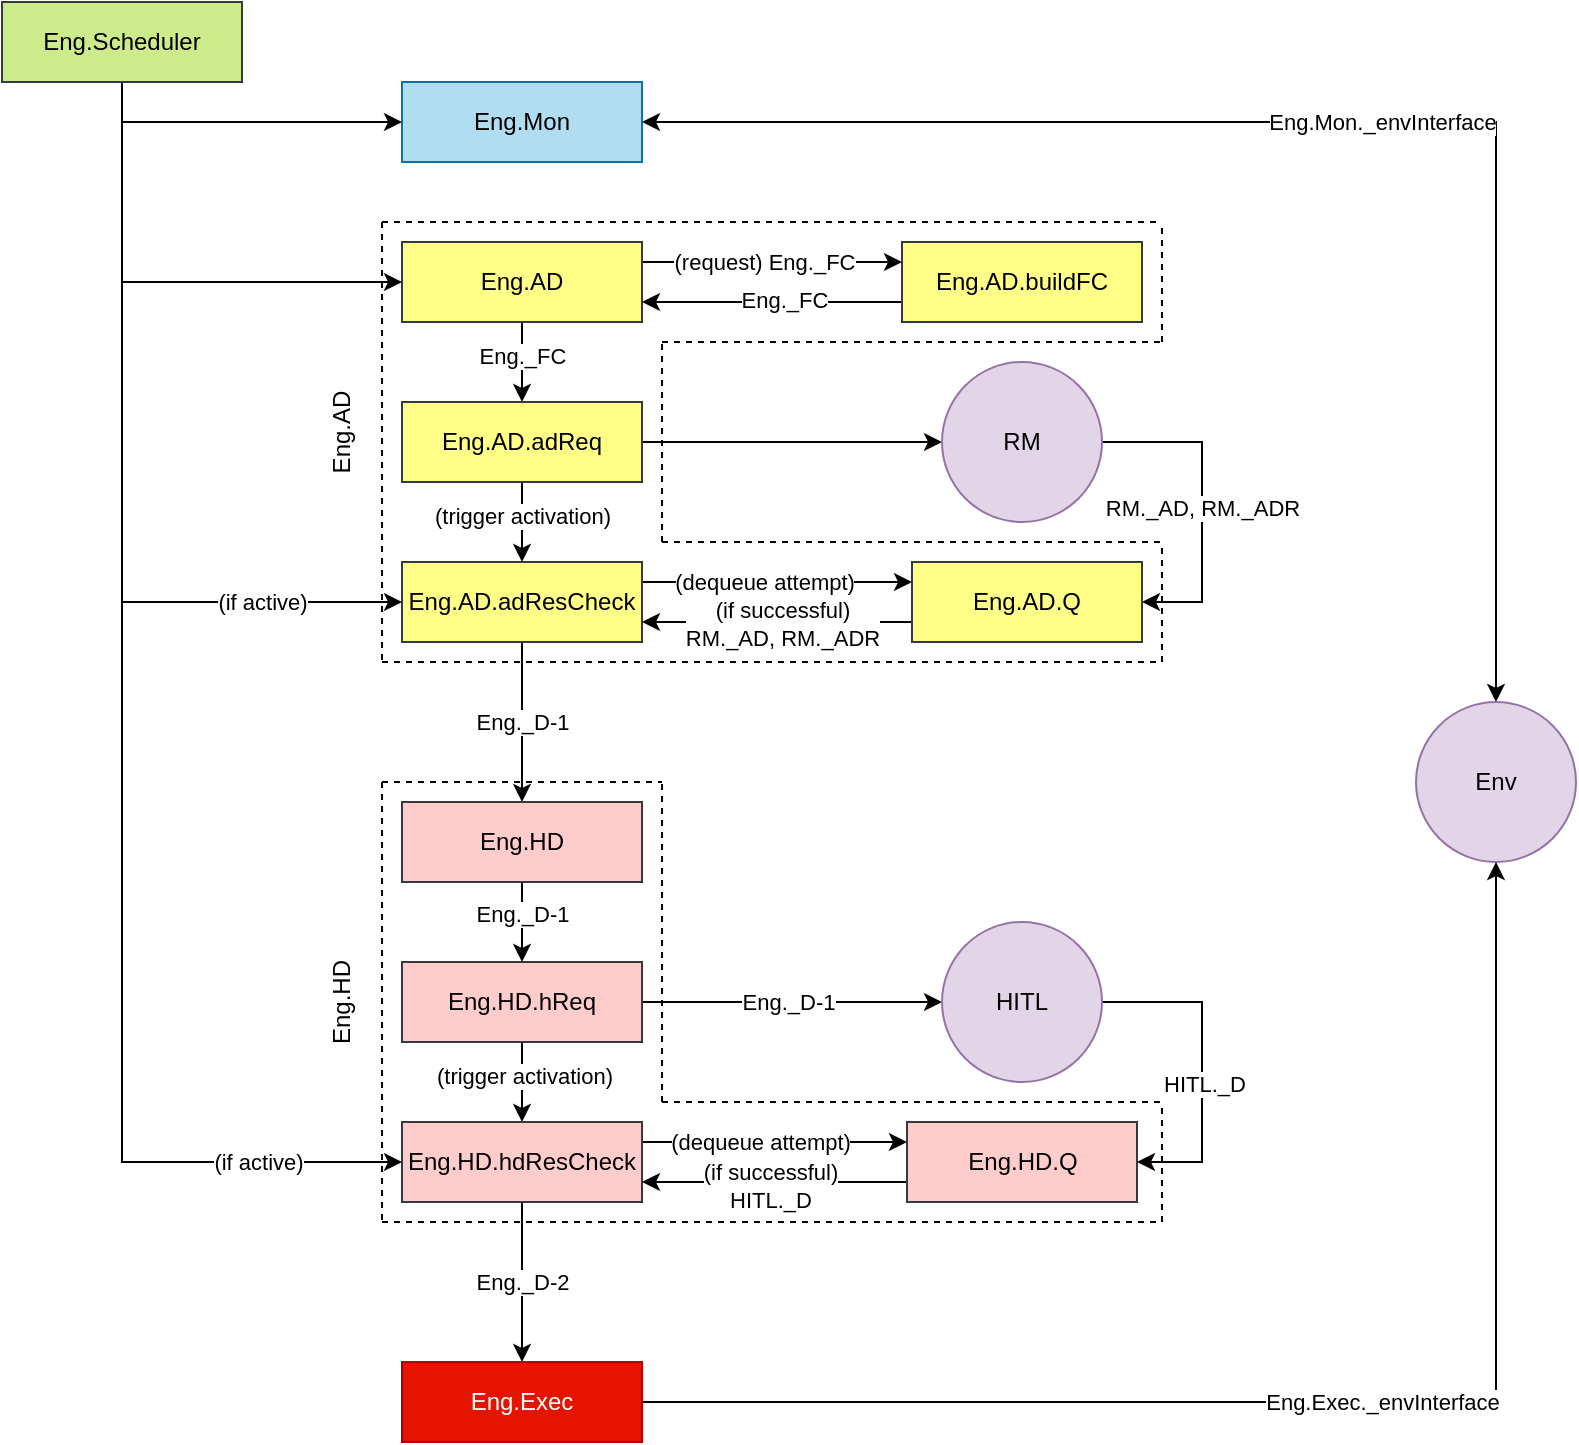
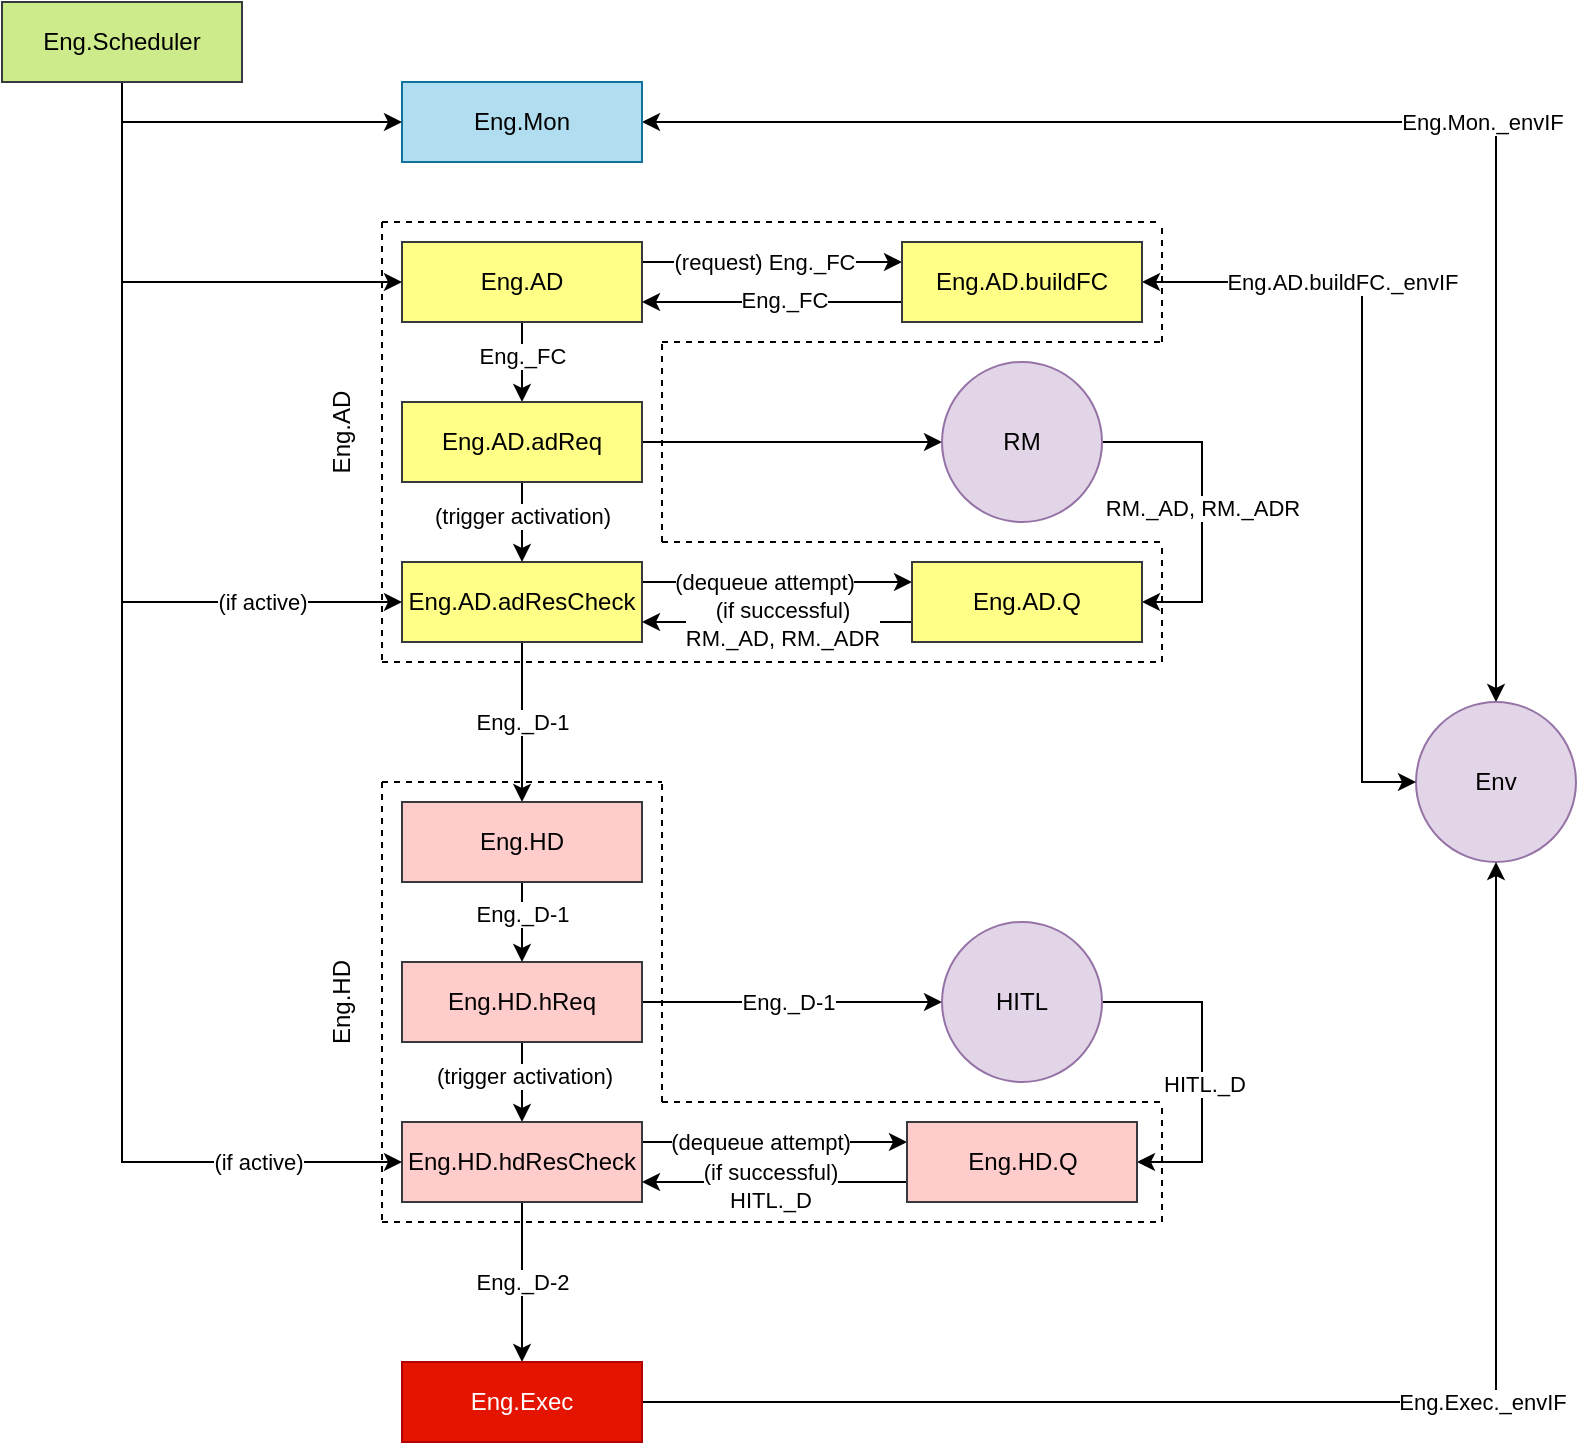
<mxfile host="app.diagrams.net">
  <diagram name="Page-1" id="OlbvHiH25T4Iblp31CC4">
-     <mxGraphModel dx="1029" dy="572" grid="0" gridSize="10" guides="1" tooltips="1" connect="1" arrows="1" fold="1" page="1" pageScale="1" pageWidth="827" pageHeight="1169" background="#ffffff" math="0" shadow="0">
+     <mxGraphModel dx="699" dy="388" grid="0" gridSize="10" guides="1" tooltips="1" connect="1" arrows="1" fold="1" page="1" pageScale="1" pageWidth="827" pageHeight="1169" background="#ffffff" math="0" shadow="0">
      <root>
        <mxCell id="0" />
        <mxCell id="1" parent="0" />
        <mxCell id="co-fIusRbvJiOKSlR68D-45" edge="1" parent="1" source="co-fIusRbvJiOKSlR68D-1" style="edgeStyle=orthogonalEdgeStyle;rounded=0;orthogonalLoop=1;jettySize=auto;html=1;exitX=1;exitY=0.25;exitDx=0;exitDy=0;entryX=0;entryY=0.25;entryDx=0;entryDy=0;" target="co-fIusRbvJiOKSlR68D-44">
          <mxGeometry relative="1" as="geometry" />
        </mxCell>
        <mxCell id="co-fIusRbvJiOKSlR68D-48" connectable="0" parent="co-fIusRbvJiOKSlR68D-45" style="edgeLabel;html=1;align=center;verticalAlign=middle;resizable=0;points=[];" value="(dequeue attempt)" vertex="1">
          <mxGeometry relative="1" x="-0.1062" as="geometry">
            <mxPoint as="offset" />
          </mxGeometry>
        </mxCell>
        <mxCell id="co-fIusRbvJiOKSlR68D-66" edge="1" parent="1" source="co-fIusRbvJiOKSlR68D-1" style="edgeStyle=orthogonalEdgeStyle;rounded=0;orthogonalLoop=1;jettySize=auto;html=1;exitX=0.5;exitY=1;exitDx=0;exitDy=0;entryX=0.5;entryY=0;entryDx=0;entryDy=0;" target="co-fIusRbvJiOKSlR68D-65">
          <mxGeometry relative="1" as="geometry" />
        </mxCell>
        <mxCell id="co-fIusRbvJiOKSlR68D-1" parent="1" style="rounded=0;whiteSpace=wrap;html=1;fillColor=#ffff88;strokeColor=#36393d;" value="Eng.AD.adResCheck" vertex="1">
          <mxGeometry height="40" width="120" x="320" y="400" as="geometry" />
        </mxCell>
        <mxCell id="co-fIusRbvJiOKSlR68D-20" edge="1" parent="1" source="co-fIusRbvJiOKSlR68D-2" style="edgeStyle=orthogonalEdgeStyle;rounded=0;orthogonalLoop=1;jettySize=auto;html=1;exitX=1;exitY=0.5;exitDx=0;exitDy=0;strokeColor=default;startArrow=classic;startFill=1;" target="co-fIusRbvJiOKSlR68D-19">
          <mxGeometry relative="1" as="geometry" />
        </mxCell>
-         <mxCell id="co-fIusRbvJiOKSlR68D-22" connectable="0" parent="co-fIusRbvJiOKSlR68D-20" style="edgeLabel;html=1;align=center;verticalAlign=middle;resizable=0;points=[];" value="Eng.Mon._envInterface" vertex="1">
+         <mxCell id="co-fIusRbvJiOKSlR68D-22" connectable="0" parent="co-fIusRbvJiOKSlR68D-20" style="edgeLabel;html=1;align=center;verticalAlign=middle;resizable=0;points=[];" value="Eng.Mon._envIF" vertex="1">
          <mxGeometry relative="1" x="-0.04" y="2" as="geometry">
-             <mxPoint x="26" y="2" as="offset" />
+             <mxPoint x="76" y="2" as="offset" />
          </mxGeometry>
        </mxCell>
        <mxCell id="co-fIusRbvJiOKSlR68D-2" parent="1" style="rounded=0;whiteSpace=wrap;html=1;fillColor=#b1ddf0;strokeColor=#10739e;" value="Eng.Mon" vertex="1">
          <mxGeometry height="40" width="120" x="320" y="160" as="geometry" />
        </mxCell>
        <mxCell id="co-fIusRbvJiOKSlR68D-30" edge="1" parent="1" source="co-fIusRbvJiOKSlR68D-3" style="edgeStyle=orthogonalEdgeStyle;rounded=0;orthogonalLoop=1;jettySize=auto;html=1;exitX=1;exitY=0.25;exitDx=0;exitDy=0;entryX=0;entryY=0.25;entryDx=0;entryDy=0;" target="co-fIusRbvJiOKSlR68D-23">
          <mxGeometry relative="1" as="geometry" />
        </mxCell>
        <mxCell id="co-fIusRbvJiOKSlR68D-32" connectable="0" parent="co-fIusRbvJiOKSlR68D-30" style="edgeLabel;html=1;align=center;verticalAlign=middle;resizable=0;points=[];" value="(request) Eng._FC" vertex="1">
          <mxGeometry relative="1" x="-0.1785" as="geometry">
            <mxPoint x="7" as="offset" />
          </mxGeometry>
        </mxCell>
        <mxCell id="co-fIusRbvJiOKSlR68D-34" edge="1" parent="1" source="co-fIusRbvJiOKSlR68D-3" style="edgeStyle=orthogonalEdgeStyle;rounded=0;orthogonalLoop=1;jettySize=auto;html=1;exitX=0.5;exitY=1;exitDx=0;exitDy=0;" target="co-fIusRbvJiOKSlR68D-5">
          <mxGeometry relative="1" as="geometry" />
        </mxCell>
        <mxCell id="co-fIusRbvJiOKSlR68D-35" connectable="0" parent="co-fIusRbvJiOKSlR68D-34" style="edgeLabel;html=1;align=center;verticalAlign=middle;resizable=0;points=[];" value="Eng._FC" vertex="1">
          <mxGeometry relative="1" x="-0.38" y="-1" as="geometry">
            <mxPoint x="1" y="4" as="offset" />
          </mxGeometry>
        </mxCell>
        <mxCell id="co-fIusRbvJiOKSlR68D-3" parent="1" style="rounded=0;whiteSpace=wrap;html=1;fillColor=#ffff88;strokeColor=#36393d;" value="Eng.AD" vertex="1">
          <mxGeometry height="40" width="120" x="320" y="240" as="geometry" />
        </mxCell>
        <mxCell id="co-fIusRbvJiOKSlR68D-75" edge="1" parent="1" source="co-fIusRbvJiOKSlR68D-4" style="edgeStyle=orthogonalEdgeStyle;rounded=0;orthogonalLoop=1;jettySize=auto;html=1;exitX=1;exitY=0.5;exitDx=0;exitDy=0;entryX=0;entryY=0.5;entryDx=0;entryDy=0;" target="co-fIusRbvJiOKSlR68D-68">
          <mxGeometry relative="1" as="geometry" />
        </mxCell>
        <mxCell id="co-fIusRbvJiOKSlR68D-90" edge="1" parent="1" source="co-fIusRbvJiOKSlR68D-4" style="edgeStyle=orthogonalEdgeStyle;rounded=0;orthogonalLoop=1;jettySize=auto;html=1;exitX=0.5;exitY=1;exitDx=0;exitDy=0;entryX=0.5;entryY=0;entryDx=0;entryDy=0;" target="co-fIusRbvJiOKSlR68D-6">
          <mxGeometry relative="1" as="geometry" />
        </mxCell>
        <mxCell id="co-fIusRbvJiOKSlR68D-4" parent="1" style="rounded=0;whiteSpace=wrap;html=1;fillColor=#ffcccc;strokeColor=#36393d;" value="Eng.HD.hReq&lt;span style=&quot;color: rgba(0, 0, 0, 0); font-family: monospace; font-size: 0px; text-align: start; white-space: nowrap;&quot;&gt;%3CmxGraphModel%3E%3Croot%3E%3CmxCell%20id%3D%220%22%2F%3E%3CmxCell%20id%3D%221%22%20parent%3D%220%22%2F%3E%3CmxCell%20id%3D%222%22%20parent%3D%221%22%20style%3D%22rounded%3D0%3BwhiteSpace%3Dwrap%3Bhtml%3D1%3B%22%20value%3D%22Eng.dResCheck%22%20vertex%3D%221%22%3E%3CmxGeometry%20height%3D%2240%22%20width%3D%22120%22%20x%3D%22160%22%20y%3D%2280%22%20as%3D%22geometry%22%2F%3E%3C%2FmxCell%3E%3C%2Froot%3E%3C%2FmxGraphModel%3E&lt;/span&gt;" vertex="1">
          <mxGeometry height="40" width="120" x="320" y="600" as="geometry" />
        </mxCell>
        <mxCell id="co-fIusRbvJiOKSlR68D-36" edge="1" parent="1" source="co-fIusRbvJiOKSlR68D-5" style="edgeStyle=orthogonalEdgeStyle;rounded=0;orthogonalLoop=1;jettySize=auto;html=1;exitX=1;exitY=0.5;exitDx=0;exitDy=0;entryX=0;entryY=0.5;entryDx=0;entryDy=0;" target="co-fIusRbvJiOKSlR68D-37">
          <mxGeometry relative="1" as="geometry">
            <mxPoint x="560" y="340" as="targetPoint" />
          </mxGeometry>
        </mxCell>
        <mxCell id="co-fIusRbvJiOKSlR68D-39" edge="1" parent="1" source="co-fIusRbvJiOKSlR68D-5" style="edgeStyle=orthogonalEdgeStyle;rounded=0;orthogonalLoop=1;jettySize=auto;html=1;exitX=0.5;exitY=1;exitDx=0;exitDy=0;entryX=0.5;entryY=0;entryDx=0;entryDy=0;" target="co-fIusRbvJiOKSlR68D-1">
          <mxGeometry relative="1" as="geometry" />
        </mxCell>
        <mxCell id="co-fIusRbvJiOKSlR68D-40" connectable="0" parent="co-fIusRbvJiOKSlR68D-39" style="edgeLabel;html=1;align=center;verticalAlign=middle;resizable=0;points=[];" value="(trigger activation)" vertex="1">
          <mxGeometry relative="1" x="-0.18" as="geometry">
            <mxPoint as="offset" />
          </mxGeometry>
        </mxCell>
        <mxCell id="co-fIusRbvJiOKSlR68D-5" parent="1" style="rounded=0;whiteSpace=wrap;html=1;fillColor=#ffff88;strokeColor=#36393d;" value="Eng.AD.adReq" vertex="1">
          <mxGeometry height="40" width="120" x="320" y="320" as="geometry" />
        </mxCell>
        <mxCell id="co-fIusRbvJiOKSlR68D-79" edge="1" parent="1" source="co-fIusRbvJiOKSlR68D-6" style="edgeStyle=orthogonalEdgeStyle;rounded=0;orthogonalLoop=1;jettySize=auto;html=1;exitX=1;exitY=0.25;exitDx=0;exitDy=0;entryX=0;entryY=0.25;entryDx=0;entryDy=0;" target="co-fIusRbvJiOKSlR68D-77">
          <mxGeometry relative="1" as="geometry" />
        </mxCell>
        <mxCell id="co-fIusRbvJiOKSlR68D-97" edge="1" parent="1" source="co-fIusRbvJiOKSlR68D-6" style="edgeStyle=orthogonalEdgeStyle;rounded=0;orthogonalLoop=1;jettySize=auto;html=1;exitX=0.5;exitY=1;exitDx=0;exitDy=0;entryX=0.5;entryY=0;entryDx=0;entryDy=0;" target="co-fIusRbvJiOKSlR68D-93">
          <mxGeometry relative="1" as="geometry">
            <Array as="points">
              <mxPoint x="380" y="760" />
              <mxPoint x="380" y="760" />
            </Array>
          </mxGeometry>
        </mxCell>
        <mxCell id="co-fIusRbvJiOKSlR68D-6" parent="1" style="rounded=0;whiteSpace=wrap;html=1;fillColor=#ffcccc;strokeColor=#36393d;" value="Eng.HD.hdResCheck" vertex="1">
          <mxGeometry height="40" width="120" x="320" y="680" as="geometry" />
        </mxCell>
        <mxCell id="co-fIusRbvJiOKSlR68D-19" parent="1" style="ellipse;whiteSpace=wrap;html=1;aspect=fixed;fillColor=#e1d5e7;strokeColor=#9673a6;" value="Env" vertex="1">
          <mxGeometry height="80" width="80" x="827" y="470" as="geometry" />
        </mxCell>
        <mxCell id="co-fIusRbvJiOKSlR68D-31" edge="1" parent="1" source="co-fIusRbvJiOKSlR68D-23" style="edgeStyle=orthogonalEdgeStyle;rounded=0;orthogonalLoop=1;jettySize=auto;html=1;exitX=0;exitY=0.75;exitDx=0;exitDy=0;entryX=1;entryY=0.75;entryDx=0;entryDy=0;" target="co-fIusRbvJiOKSlR68D-3">
          <mxGeometry relative="1" as="geometry" />
        </mxCell>
        <mxCell id="co-fIusRbvJiOKSlR68D-33" connectable="0" parent="co-fIusRbvJiOKSlR68D-31" style="edgeLabel;html=1;align=center;verticalAlign=middle;resizable=0;points=[];" value="Eng._FC" vertex="1">
          <mxGeometry relative="1" x="0.0708" y="-1" as="geometry">
            <mxPoint x="10" as="offset" />
          </mxGeometry>
        </mxCell>
+         <mxCell id="co-fIusRbvJiOKSlR68D-106" edge="1" parent="1" source="co-fIusRbvJiOKSlR68D-23" style="edgeStyle=orthogonalEdgeStyle;rounded=0;orthogonalLoop=1;jettySize=auto;html=1;exitX=1;exitY=0.5;exitDx=0;exitDy=0;entryX=0;entryY=0.5;entryDx=0;entryDy=0;startArrow=classic;startFill=1;" target="co-fIusRbvJiOKSlR68D-19">
+           <mxGeometry relative="1" as="geometry">
+             <Array as="points">
+               <mxPoint x="800" y="260" />
+               <mxPoint x="800" y="510" />
+             </Array>
+           </mxGeometry>
+         </mxCell>
        <mxCell id="co-fIusRbvJiOKSlR68D-23" parent="1" style="rounded=0;whiteSpace=wrap;html=1;fillColor=#ffff88;strokeColor=#36393d;" value="Eng.AD.buildFC" vertex="1">
          <mxGeometry height="40" width="120" x="570" y="240" as="geometry" />
        </mxCell>
        <mxCell id="co-fIusRbvJiOKSlR68D-25" edge="1" parent="1" source="co-fIusRbvJiOKSlR68D-24" style="edgeStyle=orthogonalEdgeStyle;rounded=0;orthogonalLoop=1;jettySize=auto;html=1;exitX=0.5;exitY=1;exitDx=0;exitDy=0;entryX=0;entryY=0.5;entryDx=0;entryDy=0;" target="co-fIusRbvJiOKSlR68D-2">
          <mxGeometry relative="1" as="geometry" />
        </mxCell>
        <mxCell id="co-fIusRbvJiOKSlR68D-26" edge="1" parent="1" source="co-fIusRbvJiOKSlR68D-24" style="edgeStyle=orthogonalEdgeStyle;rounded=0;orthogonalLoop=1;jettySize=auto;html=1;exitX=0.5;exitY=1;exitDx=0;exitDy=0;entryX=0;entryY=0.5;entryDx=0;entryDy=0;" target="co-fIusRbvJiOKSlR68D-3">
          <mxGeometry relative="1" as="geometry" />
        </mxCell>
        <mxCell id="co-fIusRbvJiOKSlR68D-38" edge="1" parent="1" source="co-fIusRbvJiOKSlR68D-24" style="edgeStyle=orthogonalEdgeStyle;rounded=0;orthogonalLoop=1;jettySize=auto;html=1;exitX=0.5;exitY=1;exitDx=0;exitDy=0;entryX=0;entryY=0.5;entryDx=0;entryDy=0;" target="co-fIusRbvJiOKSlR68D-1">
          <mxGeometry relative="1" as="geometry" />
        </mxCell>
        <mxCell id="co-fIusRbvJiOKSlR68D-42" connectable="0" parent="co-fIusRbvJiOKSlR68D-38" style="edgeLabel;html=1;align=center;verticalAlign=middle;resizable=0;points=[];" value="(if active)" vertex="1">
          <mxGeometry relative="1" x="0.6308" y="-2" as="geometry">
            <mxPoint x="4" y="-2" as="offset" />
          </mxGeometry>
        </mxCell>
        <mxCell id="co-fIusRbvJiOKSlR68D-81" edge="1" parent="1" source="co-fIusRbvJiOKSlR68D-24" style="edgeStyle=orthogonalEdgeStyle;rounded=0;orthogonalLoop=1;jettySize=auto;html=1;exitX=0.5;exitY=1;exitDx=0;exitDy=0;entryX=0;entryY=0.5;entryDx=0;entryDy=0;" target="co-fIusRbvJiOKSlR68D-6">
          <mxGeometry relative="1" as="geometry" />
        </mxCell>
        <mxCell id="co-fIusRbvJiOKSlR68D-24" parent="1" style="rounded=0;whiteSpace=wrap;html=1;fillColor=#cdeb8b;strokeColor=#36393d;" value="Eng.Scheduler" vertex="1">
          <mxGeometry height="40" width="120" x="120" y="120" as="geometry" />
        </mxCell>
        <mxCell id="co-fIusRbvJiOKSlR68D-63" edge="1" parent="1" source="co-fIusRbvJiOKSlR68D-37" style="edgeStyle=orthogonalEdgeStyle;rounded=0;orthogonalLoop=1;jettySize=auto;html=1;exitX=1;exitY=0.5;exitDx=0;exitDy=0;entryX=1;entryY=0.5;entryDx=0;entryDy=0;" target="co-fIusRbvJiOKSlR68D-44">
          <mxGeometry relative="1" as="geometry">
            <Array as="points">
              <mxPoint x="720" y="340" />
              <mxPoint x="720" y="420" />
            </Array>
          </mxGeometry>
        </mxCell>
        <mxCell id="co-fIusRbvJiOKSlR68D-64" connectable="0" parent="co-fIusRbvJiOKSlR68D-63" style="edgeLabel;html=1;align=center;verticalAlign=middle;resizable=0;points=[];" value="RM._AD, RM._ADR" vertex="1">
          <mxGeometry relative="1" x="0.0314" y="-2" as="geometry">
            <mxPoint x="2" as="offset" />
          </mxGeometry>
        </mxCell>
        <mxCell id="co-fIusRbvJiOKSlR68D-37" parent="1" style="ellipse;whiteSpace=wrap;html=1;aspect=fixed;fillColor=#e1d5e7;strokeColor=#9673a6;" value="RM" vertex="1">
          <mxGeometry height="80" width="80" x="590" y="300" as="geometry" />
        </mxCell>
        <mxCell id="co-fIusRbvJiOKSlR68D-47" edge="1" parent="1" source="co-fIusRbvJiOKSlR68D-44" style="edgeStyle=orthogonalEdgeStyle;rounded=0;orthogonalLoop=1;jettySize=auto;html=1;exitX=0;exitY=0.75;exitDx=0;exitDy=0;entryX=1;entryY=0.75;entryDx=0;entryDy=0;" target="co-fIusRbvJiOKSlR68D-1">
          <mxGeometry relative="1" as="geometry" />
        </mxCell>
        <mxCell id="co-fIusRbvJiOKSlR68D-49" connectable="0" parent="co-fIusRbvJiOKSlR68D-47" style="edgeLabel;html=1;align=center;verticalAlign=middle;resizable=0;points=[];" value="(if successful)&lt;div&gt;RM._AD, RM._ADR&lt;/div&gt;" vertex="1">
          <mxGeometry relative="1" x="0.0084" as="geometry">
            <mxPoint x="3" y="1" as="offset" />
          </mxGeometry>
        </mxCell>
        <mxCell id="co-fIusRbvJiOKSlR68D-44" parent="1" style="rounded=0;whiteSpace=wrap;html=1;fillColor=#ffff88;strokeColor=#36393d;" value="Eng.AD.Q" vertex="1">
          <mxGeometry height="40" width="115" x="575" y="400" as="geometry" />
        </mxCell>
        <mxCell id="co-fIusRbvJiOKSlR68D-51" edge="1" parent="1" style="endArrow=none;dashed=1;html=1;rounded=0;" value="">
          <mxGeometry height="50" relative="1" width="50" as="geometry">
            <mxPoint x="310" y="230" as="sourcePoint" />
            <mxPoint x="700" y="230" as="targetPoint" />
          </mxGeometry>
        </mxCell>
        <mxCell id="co-fIusRbvJiOKSlR68D-52" edge="1" parent="1" style="endArrow=none;dashed=1;html=1;rounded=0;" value="">
          <mxGeometry height="50" relative="1" width="50" as="geometry">
            <mxPoint x="310" y="230" as="sourcePoint" />
            <mxPoint x="310" y="450" as="targetPoint" />
          </mxGeometry>
        </mxCell>
        <mxCell id="co-fIusRbvJiOKSlR68D-53" edge="1" parent="1" style="endArrow=none;dashed=1;html=1;rounded=0;" value="">
          <mxGeometry height="50" relative="1" width="50" as="geometry">
            <mxPoint x="310" y="450" as="sourcePoint" />
            <mxPoint x="700" y="450" as="targetPoint" />
          </mxGeometry>
        </mxCell>
        <mxCell id="co-fIusRbvJiOKSlR68D-54" edge="1" parent="1" style="endArrow=none;dashed=1;html=1;rounded=0;" value="">
          <mxGeometry height="50" relative="1" width="50" as="geometry">
            <mxPoint x="700" y="450" as="sourcePoint" />
            <mxPoint x="700" y="390" as="targetPoint" />
          </mxGeometry>
        </mxCell>
        <mxCell id="co-fIusRbvJiOKSlR68D-55" edge="1" parent="1" style="endArrow=none;dashed=1;html=1;rounded=0;" value="">
          <mxGeometry height="50" relative="1" width="50" as="geometry">
            <mxPoint x="450" y="390" as="sourcePoint" />
            <mxPoint x="700" y="390" as="targetPoint" />
          </mxGeometry>
        </mxCell>
        <mxCell id="co-fIusRbvJiOKSlR68D-57" edge="1" parent="1" style="endArrow=none;dashed=1;html=1;rounded=0;" value="">
          <mxGeometry height="50" relative="1" width="50" as="geometry">
            <mxPoint x="450" y="290" as="sourcePoint" />
            <mxPoint x="700" y="290" as="targetPoint" />
          </mxGeometry>
        </mxCell>
        <mxCell id="co-fIusRbvJiOKSlR68D-58" parent="1" style="text;html=1;whiteSpace=wrap;strokeColor=none;fillColor=none;align=center;verticalAlign=middle;rounded=0;rotation=-90;" value="Eng.AD" vertex="1">
          <mxGeometry height="30" width="60" x="260" y="320" as="geometry" />
        </mxCell>
        <mxCell id="co-fIusRbvJiOKSlR68D-59" edge="1" parent="1" style="endArrow=none;dashed=1;html=1;rounded=0;" value="">
          <mxGeometry height="50" relative="1" width="50" as="geometry">
            <mxPoint x="700" y="290" as="sourcePoint" />
            <mxPoint x="700" y="230" as="targetPoint" />
          </mxGeometry>
        </mxCell>
        <mxCell id="co-fIusRbvJiOKSlR68D-60" edge="1" parent="1" style="endArrow=none;dashed=1;html=1;rounded=0;" value="">
          <mxGeometry height="50" relative="1" width="50" as="geometry">
            <mxPoint x="450" y="390" as="sourcePoint" />
            <mxPoint x="450" y="290" as="targetPoint" />
          </mxGeometry>
        </mxCell>
        <mxCell id="co-fIusRbvJiOKSlR68D-71" edge="1" parent="1" source="co-fIusRbvJiOKSlR68D-65" style="edgeStyle=orthogonalEdgeStyle;rounded=0;orthogonalLoop=1;jettySize=auto;html=1;exitX=0.5;exitY=1;exitDx=0;exitDy=0;entryX=0.5;entryY=0;entryDx=0;entryDy=0;" target="co-fIusRbvJiOKSlR68D-4">
          <mxGeometry relative="1" as="geometry" />
        </mxCell>
        <mxCell id="co-fIusRbvJiOKSlR68D-100" connectable="0" parent="co-fIusRbvJiOKSlR68D-71" style="edgeLabel;html=1;align=center;verticalAlign=middle;resizable=0;points=[];" value="&lt;span style=&quot;color: rgba(0, 0, 0, 0); font-family: monospace; font-size: 0px; text-align: start; background-color: rgb(236, 236, 236);&quot;&gt;%3CmxGraphModel%3E%3Croot%3E%3CmxCell%20id%3D%220%22%2F%3E%3CmxCell%20id%3D%221%22%20parent%3D%220%22%2F%3E%3CmxCell%20id%3D%222%22%20connectable%3D%220%22%20parent%3D%221%22%20style%3D%22edgeLabel%3Bhtml%3D1%3Balign%3Dcenter%3BverticalAlign%3Dmiddle%3Bresizable%3D0%3Bpoints%3D%5B%5D%3B%22%20value%3D%22Eng._D-1%22%20vertex%3D%221%22%3E%3CmxGeometry%20x%3D%22513%22%20y%3D%22620%22%20as%3D%22geometry%22%2F%3E%3C%2FmxCell%3E%3C%2Froot%3E%3C%2FmxGraphModel%3E&lt;/span&gt;" vertex="1">
          <mxGeometry relative="1" x="-0.1789" as="geometry">
            <mxPoint as="offset" />
          </mxGeometry>
        </mxCell>
        <mxCell id="co-fIusRbvJiOKSlR68D-65" parent="1" style="rounded=0;whiteSpace=wrap;html=1;fillColor=#ffcccc;strokeColor=#36393d;" value="Eng.HD" vertex="1">
          <mxGeometry height="40" width="120" x="320" y="520" as="geometry" />
        </mxCell>
        <mxCell id="co-fIusRbvJiOKSlR68D-67" connectable="0" parent="1" style="edgeLabel;html=1;align=center;verticalAlign=middle;resizable=0;points=[];" value="Eng._D-1" vertex="1">
          <mxGeometry x="380" y="480" as="geometry" />
        </mxCell>
        <mxCell id="co-fIusRbvJiOKSlR68D-78" edge="1" parent="1" source="co-fIusRbvJiOKSlR68D-68" style="edgeStyle=orthogonalEdgeStyle;rounded=0;orthogonalLoop=1;jettySize=auto;html=1;exitX=1;exitY=0.5;exitDx=0;exitDy=0;entryX=1;entryY=0.5;entryDx=0;entryDy=0;" target="co-fIusRbvJiOKSlR68D-77">
          <mxGeometry relative="1" as="geometry">
            <Array as="points">
              <mxPoint x="720" y="620" />
              <mxPoint x="720" y="700" />
            </Array>
          </mxGeometry>
        </mxCell>
        <mxCell id="co-fIusRbvJiOKSlR68D-96" connectable="0" parent="co-fIusRbvJiOKSlR68D-78" style="edgeLabel;html=1;align=center;verticalAlign=middle;resizable=0;points=[];" value="HITL._D" vertex="1">
          <mxGeometry relative="1" x="0.1218" y="1" as="geometry">
            <mxPoint as="offset" />
          </mxGeometry>
        </mxCell>
        <mxCell id="co-fIusRbvJiOKSlR68D-68" parent="1" style="ellipse;whiteSpace=wrap;html=1;aspect=fixed;fillColor=#e1d5e7;strokeColor=#9673a6;" value="HITL" vertex="1">
          <mxGeometry height="80" width="80" x="590" y="580" as="geometry" />
        </mxCell>
        <mxCell id="co-fIusRbvJiOKSlR68D-80" edge="1" parent="1" source="co-fIusRbvJiOKSlR68D-77" style="edgeStyle=orthogonalEdgeStyle;rounded=0;orthogonalLoop=1;jettySize=auto;html=1;exitX=0;exitY=0.75;exitDx=0;exitDy=0;entryX=1;entryY=0.75;entryDx=0;entryDy=0;" target="co-fIusRbvJiOKSlR68D-6">
          <mxGeometry relative="1" as="geometry" />
        </mxCell>
        <mxCell id="co-fIusRbvJiOKSlR68D-77" parent="1" style="rounded=0;whiteSpace=wrap;html=1;fillColor=#ffcccc;strokeColor=#36393d;" value="Eng.HD.Q" vertex="1">
          <mxGeometry height="40" width="115" x="572.5" y="680" as="geometry" />
        </mxCell>
        <mxCell id="co-fIusRbvJiOKSlR68D-83" connectable="0" parent="1" style="edgeLabel;html=1;align=center;verticalAlign=middle;resizable=0;points=[];" value="(if active)" vertex="1">
          <mxGeometry x="248" y="719" as="geometry">
            <mxPoint y="-19" as="offset" />
          </mxGeometry>
        </mxCell>
        <mxCell id="co-fIusRbvJiOKSlR68D-84" edge="1" parent="1" style="endArrow=none;dashed=1;html=1;rounded=0;" value="">
          <mxGeometry height="50" relative="1" width="50" as="geometry">
            <mxPoint x="310" y="510" as="sourcePoint" />
            <mxPoint x="450" y="510" as="targetPoint" />
          </mxGeometry>
        </mxCell>
        <mxCell id="co-fIusRbvJiOKSlR68D-85" edge="1" parent="1" style="endArrow=none;dashed=1;html=1;rounded=0;" value="">
          <mxGeometry height="50" relative="1" width="50" as="geometry">
            <mxPoint x="310" y="510" as="sourcePoint" />
            <mxPoint x="310" y="730" as="targetPoint" />
          </mxGeometry>
        </mxCell>
        <mxCell id="co-fIusRbvJiOKSlR68D-86" edge="1" parent="1" style="endArrow=none;dashed=1;html=1;rounded=0;" value="">
          <mxGeometry height="50" relative="1" width="50" as="geometry">
            <mxPoint x="310" y="730" as="sourcePoint" />
            <mxPoint x="700" y="730" as="targetPoint" />
          </mxGeometry>
        </mxCell>
        <mxCell id="co-fIusRbvJiOKSlR68D-87" edge="1" parent="1" style="endArrow=none;dashed=1;html=1;rounded=0;" value="">
          <mxGeometry height="50" relative="1" width="50" as="geometry">
            <mxPoint x="700" y="730" as="sourcePoint" />
            <mxPoint x="700" y="670" as="targetPoint" />
          </mxGeometry>
        </mxCell>
        <mxCell id="co-fIusRbvJiOKSlR68D-88" edge="1" parent="1" style="endArrow=none;dashed=1;html=1;rounded=0;" value="">
          <mxGeometry height="50" relative="1" width="50" as="geometry">
            <mxPoint x="450" y="670" as="sourcePoint" />
            <mxPoint x="700" y="670" as="targetPoint" />
          </mxGeometry>
        </mxCell>
        <mxCell id="co-fIusRbvJiOKSlR68D-89" edge="1" parent="1" style="endArrow=none;dashed=1;html=1;rounded=0;" value="">
          <mxGeometry height="50" relative="1" width="50" as="geometry">
            <mxPoint x="450" y="670" as="sourcePoint" />
            <mxPoint x="450" y="510" as="targetPoint" />
          </mxGeometry>
        </mxCell>
        <mxCell id="co-fIusRbvJiOKSlR68D-91" connectable="0" parent="1" style="edgeLabel;html=1;align=center;verticalAlign=middle;resizable=0;points=[];" value="(trigger activation)" vertex="1">
          <mxGeometry x="381" y="657" as="geometry" />
        </mxCell>
        <mxCell id="co-fIusRbvJiOKSlR68D-92" parent="1" style="text;html=1;whiteSpace=wrap;strokeColor=none;fillColor=none;align=center;verticalAlign=middle;rounded=0;rotation=-90;" value="Eng.HD" vertex="1">
          <mxGeometry height="30" width="60" x="260" y="605" as="geometry" />
        </mxCell>
        <mxCell id="co-fIusRbvJiOKSlR68D-102" edge="1" parent="1" source="co-fIusRbvJiOKSlR68D-93" style="edgeStyle=orthogonalEdgeStyle;rounded=0;orthogonalLoop=1;jettySize=auto;html=1;exitX=1;exitY=0.5;exitDx=0;exitDy=0;entryX=0.5;entryY=1;entryDx=0;entryDy=0;" target="co-fIusRbvJiOKSlR68D-19">
          <mxGeometry relative="1" as="geometry" />
        </mxCell>
        <mxCell id="co-fIusRbvJiOKSlR68D-103" connectable="0" parent="co-fIusRbvJiOKSlR68D-102" style="edgeLabel;html=1;align=center;verticalAlign=middle;resizable=0;points=[];" value="&lt;span style=&quot;color: rgba(0, 0, 0, 0); font-family: monospace; font-size: 0px; text-align: start; background-color: rgb(236, 236, 236);&quot;&gt;%3CmxGraphModel%3E%3Croot%3E%3CmxCell%20id%3D%220%22%2F%3E%3CmxCell%20id%3D%221%22%20parent%3D%220%22%2F%3E%3CmxCell%20id%3D%222%22%20connectable%3D%220%22%20parent%3D%221%22%20style%3D%22edgeLabel%3Bhtml%3D1%3Balign%3Dcenter%3BverticalAlign%3Dmiddle%3Bresizable%3D0%3Bpoints%3D%5B%5D%3B%22%20value%3D%22Eng._D-2%22%20vertex%3D%221%22%3E%3CmxGeometry%20x%3D%22381.0000000000002%22%20y%3D%22760.8695652173913%22%20as%3D%22geometry%22%2F%3E%3C%2FmxCell%3E%3C%2Froot%3E%3C%2FmxGraphModel%3E&lt;/span&gt;" vertex="1">
          <mxGeometry relative="1" x="0.2962" y="2" as="geometry">
            <mxPoint as="offset" />
          </mxGeometry>
        </mxCell>
        <mxCell id="co-fIusRbvJiOKSlR68D-93" parent="1" style="rounded=0;whiteSpace=wrap;html=1;fillColor=#e51400;strokeColor=#B20000;fontColor=#ffffff;" value="Eng.Exec" vertex="1">
          <mxGeometry height="40" width="120" x="320" y="800" as="geometry" />
        </mxCell>
        <mxCell id="co-fIusRbvJiOKSlR68D-94" connectable="0" parent="1" style="edgeLabel;html=1;align=center;verticalAlign=middle;resizable=0;points=[];" value="(dequeue attempt)" vertex="1">
          <mxGeometry x="513" y="700" as="geometry">
            <mxPoint x="-14" y="-10" as="offset" />
          </mxGeometry>
        </mxCell>
        <mxCell id="co-fIusRbvJiOKSlR68D-95" connectable="0" parent="1" style="edgeLabel;html=1;align=center;verticalAlign=middle;resizable=0;points=[];" value="(if successful)&lt;div&gt;HITL._D&lt;/div&gt;" vertex="1">
          <mxGeometry x="504" y="712" as="geometry" />
        </mxCell>
        <mxCell id="co-fIusRbvJiOKSlR68D-99" connectable="0" parent="1" style="edgeLabel;html=1;align=center;verticalAlign=middle;resizable=0;points=[];" value="Eng._D-1" vertex="1">
          <mxGeometry x="513" y="620" as="geometry" />
        </mxCell>
        <mxCell id="co-fIusRbvJiOKSlR68D-101" connectable="0" parent="1" style="edgeLabel;html=1;align=center;verticalAlign=middle;resizable=0;points=[];" value="Eng._D-1" vertex="1">
          <mxGeometry x="395" y="588" as="geometry">
            <mxPoint x="-15" y="-12" as="offset" />
          </mxGeometry>
        </mxCell>
-         <mxCell id="co-fIusRbvJiOKSlR68D-104" connectable="0" parent="1" style="edgeLabel;html=1;align=center;verticalAlign=middle;resizable=0;points=[];" value="Eng.Exec._envInterface" vertex="1">
-           <mxGeometry x="810" y="820" as="geometry" />
+         <mxCell id="co-fIusRbvJiOKSlR68D-104" connectable="0" parent="1" style="edgeLabel;html=1;align=center;verticalAlign=middle;resizable=0;points=[];" value="Eng.Exec._envIF" vertex="1">
+           <mxGeometry x="860" y="820" as="geometry" />
        </mxCell>
        <mxCell id="co-fIusRbvJiOKSlR68D-105" connectable="0" parent="1" style="edgeLabel;html=1;align=center;verticalAlign=middle;resizable=0;points=[];" value="Eng._D-2" vertex="1">
          <mxGeometry x="380" y="760" as="geometry" />
+         </mxCell>
+         <mxCell id="co-fIusRbvJiOKSlR68D-107" connectable="0" parent="1" style="edgeLabel;html=1;align=center;verticalAlign=middle;resizable=0;points=[];" value="Eng.AD.buildFC._envIF" vertex="1">
+           <mxGeometry x="790" y="260" as="geometry" />
        </mxCell>
      </root>
    </mxGraphModel>
  </diagram>
</mxfile>
